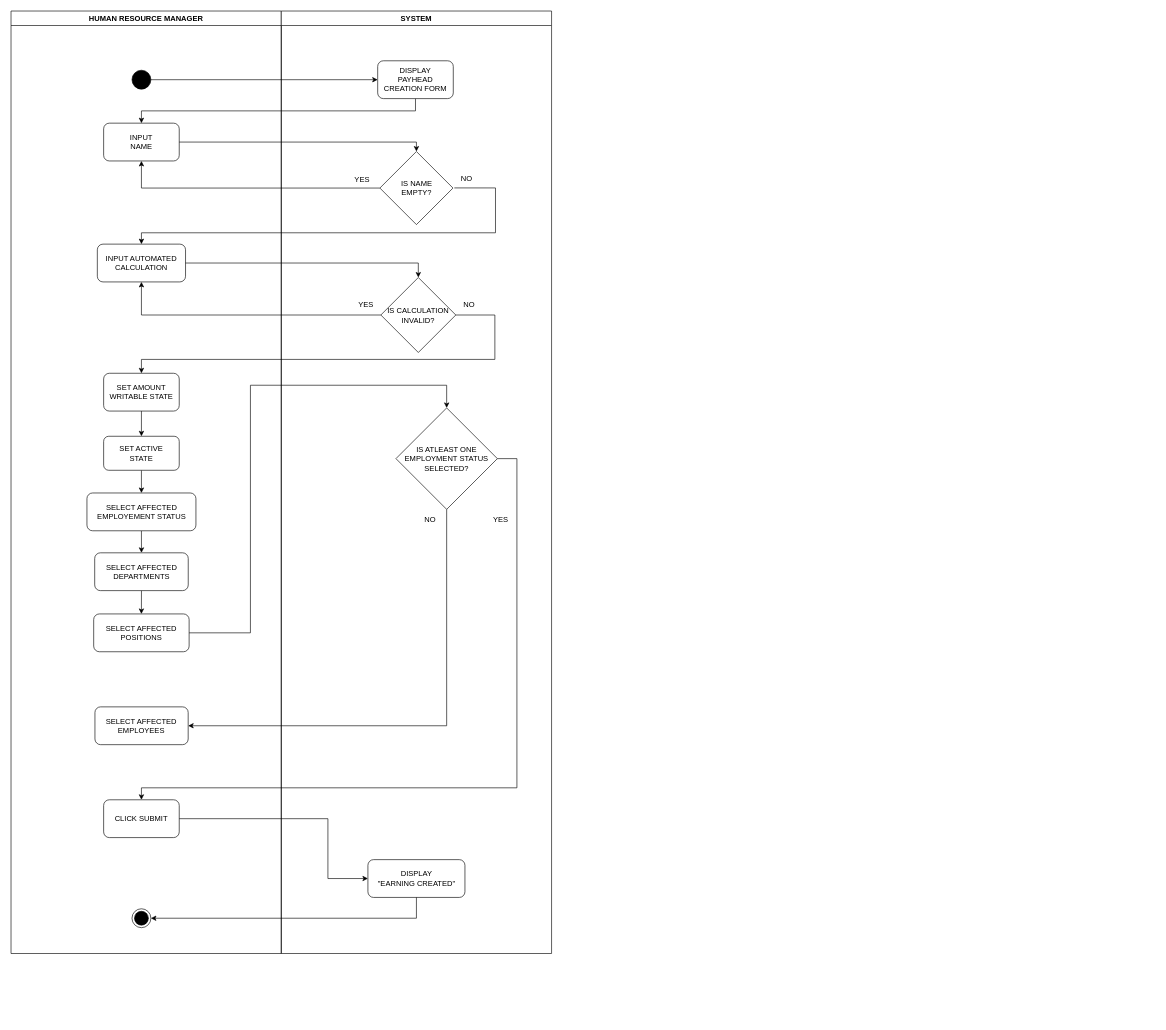
Earlier version of the draw.io diagram drawio/admin/payroll/earnings & deduction/create.drawio (hdhris/hd-hris). Source tidied: cells renumbered, new cells numbered last; positions are measured from the earlier drawing's top-left corner, leaving out a move shared by most shapes. Both pictures are drawn from the tidied source at 63%, with x=0, y=0 at pixel (11, 11).
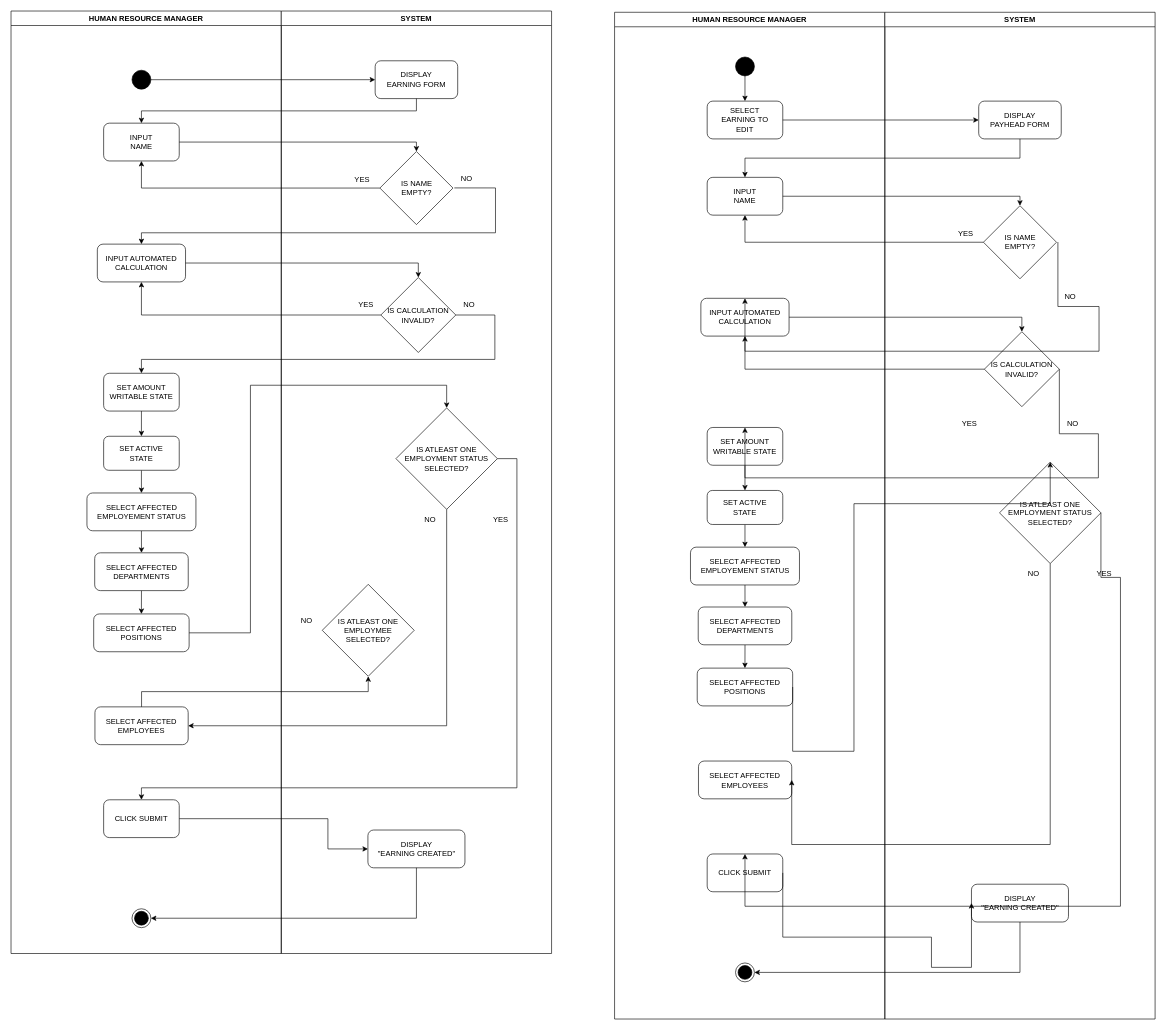
Above is the later version.

Commit message (it also covers changes not shown here):
nizam the great

Unchanged cells that the change refers to:
```xml
<mxCell id="16" value="SELECT AFFECTED EMPLOYEES" style="rounded=1;whiteSpace=wrap;html=1;" parent="2" vertex="1">
  <mxGeometry x="133.2" y="1104.5" width="148" height="60" as="geometry" />
</mxCell>
<mxCell id="17" value="CLICK SUBMIT" style="rounded=1;whiteSpace=wrap;html=1;" parent="2" vertex="1">
  <mxGeometry x="147" y="1252" width="120" height="60" as="geometry" />
</mxCell>
<mxCell id="18" value="SYSTEM" style="swimlane;whiteSpace=wrap;html=1;" parent="1" vertex="1">
  <mxGeometry x="429" width="429" height="1496" as="geometry" />
</mxCell>
```

What changed in the source:
```diff
@@
     <mxCell id="23" value="DISPLAY&lt;br&gt;&quot;EARNING CREATED&quot;" style="rounded=1;whiteSpace=wrap;html=1;" parent="18" vertex="1">
-      <mxGeometry x="137.5" y="1347" width="154" height="60" as="geometry" />
+      <mxGeometry x="137.5" y="1300" width="154" height="60" as="geometry" />
     </mxCell>
@@
+    <mxCell id="27" value="DISPLAY&lt;br&gt;EARNING&amp;nbsp;FORM" style="rounded=1;whiteSpace=wrap;html=1;" parent="18" vertex="1">
+      <mxGeometry x="149" y="79" width="131" height="60" as="geometry" />
+    </mxCell>
+    <mxCell id="43" value="IS ATLEAST ONE&lt;br&gt;EMPLOYMEE&lt;br&gt;SELECTED?" style="rhombus;whiteSpace=wrap;html=1;" parent="18" vertex="1">
+      <mxGeometry x="65" y="910" width="146" height="146" as="geometry" />
+    </mxCell>
@@
-    <mxCell id="27" value="DISPLAY&lt;br&gt;PAYHEAD&lt;br&gt;CREATION FORM" style="rounded=1;whiteSpace=wrap;html=1;" parent="1" vertex="1">
-      <mxGeometry x="582" y="79" width="120" height="60" as="geometry" />
-    </mxCell>
@@
     <mxCell id="39" style="edgeStyle=orthogonalEdgeStyle;rounded=0;html=1;exitX=1;exitY=0.5;exitDx=0;exitDy=0;entryX=0;entryY=0.5;entryDx=0;entryDy=0;" parent="1" edge="1" source="17" target="23">
       <mxGeometry relative="1" as="geometry">
         <Array as="points">
           <mxPoint x="503" y="1282" />
-          <mxPoint x="503" y="1377" />
+          <mxPoint x="503" y="1330" />
         </Array>
       </mxGeometry>
     </mxCell>
@@
+    <mxCell id="44" value="HUMAN RESOURCE MANAGER" style="swimlane;whiteSpace=wrap;html=1;" parent="1" vertex="1">
+      <mxGeometry x="958" y="2" width="429" height="1598" as="geometry" />
+    </mxCell>
+    <mxCell id="45" style="ellipse;fillColor=strokeColor;" parent="44" vertex="1">
+      <mxGeometry x="192" y="71" width="30" height="30" as="geometry" />
+    </mxCell>
+    <mxCell id="46" style="ellipse;html=1;shape=endState;fillColor=strokeColor;" parent="44" vertex="1">
+      <mxGeometry x="192" y="1509" width="30" height="30" as="geometry" />
+    </mxCell>
+    <mxCell id="47" value="INPUT&lt;br&gt;NAME" style="rounded=1;whiteSpace=wrap;html=1;" parent="44" vertex="1">
+      <mxGeometry x="147" y="262" width="120" height="60" as="geometry" />
+    </mxCell>
+    <mxCell id="48" value="INPUT AUTOMATED&lt;br&gt;CALCULATION" style="rounded=1;whiteSpace=wrap;html=1;" parent="44" vertex="1">
+      <mxGeometry x="137" y="454" width="140" height="60" as="geometry" />
+    </mxCell>
+    <mxCell id="49" style="edgeStyle=none;html=1;exitX=0.5;exitY=1;exitDx=0;exitDy=0;" parent="44" edge="1" source="50" target="52">
+      <mxGeometry relative="1" as="geometry" />
+    </mxCell>
+    <mxCell id="50" value="SET AMOUNT&lt;br&gt;WRITABLE STATE" style="rounded=1;whiteSpace=wrap;html=1;" parent="44" vertex="1">
+      <mxGeometry x="147" y="659" width="120" height="60" as="geometry" />
+    </mxCell>
+    <mxCell id="51" style="edgeStyle=none;html=1;exitX=0.5;exitY=1;exitDx=0;exitDy=0;entryX=0.5;entryY=0;entryDx=0;entryDy=0;" parent="44" edge="1" source="52" target="54">
+      <mxGeometry relative="1" as="geometry" />
+    </mxCell>
+    <mxCell id="52" value="SET ACTIVE&lt;br&gt;STATE" style="rounded=1;whiteSpace=wrap;html=1;" parent="44" vertex="1">
+      <mxGeometry x="147" y="759" width="120" height="54" as="geometry" />
+    </mxCell>
+    <mxCell id="53" style="edgeStyle=none;html=1;exitX=0.5;exitY=1;exitDx=0;exitDy=0;entryX=0.5;entryY=0;entryDx=0;entryDy=0;" parent="44" edge="1" source="54" target="56">
+      <mxGeometry relative="1" as="geometry" />
+    </mxCell>
+    <mxCell id="54" value="SELECT AFFECTED&lt;br&gt;EMPLOYEMENT STATUS" style="rounded=1;whiteSpace=wrap;html=1;" parent="44" vertex="1">
+      <mxGeometry x="120.5" y="849" width="173" height="60" as="geometry" />
+    </mxCell>
+    <mxCell id="55" style="edgeStyle=none;html=1;exitX=0.5;exitY=1;exitDx=0;exitDy=0;entryX=0.5;entryY=0;entryDx=0;entryDy=0;" parent="44" edge="1" source="56" target="57">
+      <mxGeometry relative="1" as="geometry" />
+    </mxCell>
+    <mxCell id="56" value="SELECT AFFECTED&lt;br&gt;DEPARTMENTS" style="rounded=1;whiteSpace=wrap;html=1;" parent="44" vertex="1">
+      <mxGeometry x="132.8" y="944" width="148.5" height="60" as="geometry" />
+    </mxCell>
+    <mxCell id="57" value="SELECT AFFECTED&lt;br&gt;POSITIONS" style="rounded=1;whiteSpace=wrap;html=1;" parent="44" vertex="1">
+      <mxGeometry x="131.2" y="1041" width="151.5" height="60" as="geometry" />
+    </mxCell>
+    <mxCell id="58" value="SELECT AFFECTED EMPLOYEES" style="rounded=1;whiteSpace=wrap;html=1;" parent="44" vertex="1">
+      <mxGeometry x="133.2" y="1188.5" width="148" height="60" as="geometry" />
+    </mxCell>
+    <mxCell id="59" value="CLICK SUBMIT" style="rounded=1;whiteSpace=wrap;html=1;" parent="44" vertex="1">
+      <mxGeometry x="147" y="1336" width="120" height="60" as="geometry" />
+    </mxCell>
+    <mxCell id="60" value="SELECT&lt;br&gt;EARNING TO&lt;br&gt;EDIT" style="rounded=1;whiteSpace=wrap;html=1;" parent="44" vertex="1">
+      <mxGeometry x="147" y="141" width="120" height="60" as="geometry" />
+    </mxCell>
+    <mxCell id="61" style="edgeStyle=orthogonalEdgeStyle;html=1;exitX=0.5;exitY=1;exitDx=0;exitDy=0;entryX=0.5;entryY=0;entryDx=0;entryDy=0;rounded=0;" parent="44" edge="1" source="45" target="60">
+      <mxGeometry relative="1" as="geometry" />
+    </mxCell>
+    <mxCell id="62" value="SYSTEM" style="swimlane;whiteSpace=wrap;html=1;" parent="1" vertex="1">
+      <mxGeometry x="1387" y="2" width="429" height="1598" as="geometry" />
+    </mxCell>
+    <mxCell id="63" value="IS NAME&lt;br&gt;EMPTY?" style="rhombus;whiteSpace=wrap;html=1;" parent="62" vertex="1">
+      <mxGeometry x="156.5" y="307" width="116" height="116" as="geometry" />
+    </mxCell>
+    <mxCell id="64" value="YES" style="text;html=1;align=center;verticalAlign=middle;strokeColor=none;fillColor=none;" parent="62" vertex="1">
+      <mxGeometry x="107" y="339" width="42" height="26" as="geometry" />
+    </mxCell>
+    <mxCell id="65" value="IS CALCULATION&lt;br&gt;INVALID?" style="rhombus;whiteSpace=wrap;html=1;" parent="62" vertex="1">
+      <mxGeometry x="158" y="507" width="119" height="119" as="geometry" />
+    </mxCell>
+    <mxCell id="66" value="IS ATLEAST ONE&lt;br&gt;EMPLOYMENT STATUS&lt;br&gt;SELECTED?" style="rhombus;whiteSpace=wrap;html=1;" parent="62" vertex="1">
+      <mxGeometry x="182" y="714" width="161" height="161" as="geometry" />
+    </mxCell>
+    <mxCell id="67" value="DISPLAY&lt;br&gt;&quot;EARNING CREATED&quot;" style="rounded=1;whiteSpace=wrap;html=1;" parent="62" vertex="1">
+      <mxGeometry x="137.5" y="1384" width="154" height="60" as="geometry" />
+    </mxCell>
+    <mxCell id="68" value="YES" style="text;html=1;align=center;verticalAlign=middle;strokeColor=none;fillColor=none;" parent="62" vertex="1">
+      <mxGeometry x="327" y="879" width="42" height="26" as="geometry" />
+    </mxCell>
+    <mxCell id="69" value="NO" style="text;html=1;align=center;verticalAlign=middle;strokeColor=none;fillColor=none;" parent="62" vertex="1">
+      <mxGeometry x="218" y="879" width="36" height="26" as="geometry" />
+    </mxCell>
+    <mxCell id="70" value="DISPLAY&lt;br&gt;PAYHEAD&amp;nbsp;FORM" style="rounded=1;whiteSpace=wrap;html=1;" parent="62" vertex="1">
+      <mxGeometry x="149" y="141" width="131" height="60" as="geometry" />
+    </mxCell>
+    <mxCell id="71" style="edgeStyle=orthogonalEdgeStyle;html=1;exitX=0.5;exitY=1;exitDx=0;exitDy=0;entryX=0.5;entryY=0;entryDx=0;entryDy=0;rounded=0;" parent="1" edge="1" source="70" target="47">
+      <mxGeometry relative="1" as="geometry" />
+    </mxCell>
+    <mxCell id="72" style="edgeStyle=orthogonalEdgeStyle;rounded=0;html=1;exitX=1;exitY=0.5;exitDx=0;exitDy=0;entryX=0.5;entryY=0;entryDx=0;entryDy=0;" parent="1" edge="1" source="47" target="63">
+      <mxGeometry relative="1" as="geometry" />
+    </mxCell>
+    <mxCell id="73" style="edgeStyle=orthogonalEdgeStyle;rounded=0;html=1;exitX=0;exitY=0.5;exitDx=0;exitDy=0;entryX=0.5;entryY=1;entryDx=0;entryDy=0;" parent="1" edge="1" source="63" target="47">
+      <mxGeometry relative="1" as="geometry" />
+    </mxCell>
+    <mxCell id="74" style="edgeStyle=orthogonalEdgeStyle;rounded=0;html=1;exitX=1;exitY=0.5;exitDx=0;exitDy=0;entryX=0.5;entryY=0;entryDx=0;entryDy=0;" parent="1" edge="1" source="48" target="65">
+      <mxGeometry relative="1" as="geometry" />
+    </mxCell>
+    <mxCell id="75" style="edgeStyle=orthogonalEdgeStyle;rounded=0;html=1;entryX=0.5;entryY=0;entryDx=0;entryDy=0;exitX=1.019;exitY=0.498;exitDx=0;exitDy=0;exitPerimeter=0;" parent="1" edge="1" source="63" target="48">
+      <mxGeometry relative="1" as="geometry">
+        <Array as="points">
+          <mxPoint x="1727" y="469" />
+          <mxPoint x="1727" y="540" />
+          <mxPoint x="1165" y="540" />
+        </Array>
+      </mxGeometry>
+    </mxCell>
+    <mxCell id="76" value="NO" style="text;html=1;align=center;verticalAlign=middle;strokeColor=none;fillColor=none;" parent="1" vertex="1">
+      <mxGeometry x="1663" y="441" width="36" height="26" as="geometry" />
+    </mxCell>
+    <mxCell id="77" style="edgeStyle=orthogonalEdgeStyle;rounded=0;html=1;exitX=0;exitY=0.5;exitDx=0;exitDy=0;entryX=0.5;entryY=1;entryDx=0;entryDy=0;" parent="1" edge="1" source="65" target="48">
+      <mxGeometry relative="1" as="geometry" />
+    </mxCell>
+    <mxCell id="78" value="YES" style="text;html=1;align=center;verticalAlign=middle;strokeColor=none;fillColor=none;" parent="1" vertex="1">
+      <mxGeometry x="1500" y="642" width="42" height="26" as="geometry" />
+    </mxCell>
+    <mxCell id="79" style="edgeStyle=orthogonalEdgeStyle;rounded=0;html=1;exitX=1;exitY=0.5;exitDx=0;exitDy=0;entryX=0.5;entryY=0;entryDx=0;entryDy=0;" parent="1" edge="1" source="65" target="50">
+      <mxGeometry relative="1" as="geometry">
+        <Array as="points">
+          <mxPoint x="1726" y="671" />
+          <mxPoint x="1726" y="741" />
+          <mxPoint x="1165" y="741" />
+        </Array>
+      </mxGeometry>
+    </mxCell>
+    <mxCell id="80" value="NO" style="text;html=1;align=center;verticalAlign=middle;strokeColor=none;fillColor=none;" parent="1" vertex="1">
+      <mxGeometry x="1667" y="642" width="36" height="26" as="geometry" />
+    </mxCell>
+    <mxCell id="81" style="edgeStyle=orthogonalEdgeStyle;html=1;exitX=0.5;exitY=1;exitDx=0;exitDy=0;entryX=1;entryY=0.5;entryDx=0;entryDy=0;rounded=0;" parent="1" edge="1" source="66" target="58">
+      <mxGeometry relative="1" as="geometry">
+        <Array as="points">
+          <mxPoint x="1650" y="1323" />
+        </Array>
+      </mxGeometry>
+    </mxCell>
+    <mxCell id="82" style="edgeStyle=orthogonalEdgeStyle;rounded=0;html=1;exitX=1;exitY=0.5;exitDx=0;exitDy=0;entryX=0;entryY=0.5;entryDx=0;entryDy=0;" parent="1" edge="1" source="59" target="67">
+      <mxGeometry relative="1" as="geometry">
+        <Array as="points">
+          <mxPoint x="1461" y="1470" />
+          <mxPoint x="1461" y="1518" />
+        </Array>
+      </mxGeometry>
+    </mxCell>
+    <mxCell id="83" style="edgeStyle=orthogonalEdgeStyle;rounded=0;html=1;exitX=0.5;exitY=1;exitDx=0;exitDy=0;entryX=1;entryY=0.5;entryDx=0;entryDy=0;" parent="1" edge="1" source="67" target="46">
+      <mxGeometry relative="1" as="geometry" />
+    </mxCell>
+    <mxCell id="84" style="edgeStyle=orthogonalEdgeStyle;html=1;exitX=1;exitY=0.5;exitDx=0;exitDy=0;entryX=0.5;entryY=0;entryDx=0;entryDy=0;rounded=0;" parent="1" edge="1" source="57" target="66">
+      <mxGeometry relative="1" as="geometry">
+        <Array as="points">
+          <mxPoint x="1338" y="1175" />
+          <mxPoint x="1338" y="782" />
+          <mxPoint x="1649" y="782" />
+        </Array>
+      </mxGeometry>
+    </mxCell>
+    <mxCell id="85" style="edgeStyle=orthogonalEdgeStyle;rounded=0;html=1;exitX=1;exitY=0.5;exitDx=0;exitDy=0;entryX=0.5;entryY=0;entryDx=0;entryDy=0;" parent="1" edge="1" source="66" target="59">
+      <mxGeometry relative="1" as="geometry">
+        <Array as="points">
+          <mxPoint x="1761" y="899" />
+          <mxPoint x="1761" y="1421" />
+          <mxPoint x="1165" y="1421" />
+        </Array>
+      </mxGeometry>
+    </mxCell>
+    <mxCell id="86" style="edgeStyle=orthogonalEdgeStyle;rounded=0;html=1;exitX=1;exitY=0.5;exitDx=0;exitDy=0;entryX=0;entryY=0.5;entryDx=0;entryDy=0;" parent="1" edge="1" source="60" target="70">
+      <mxGeometry relative="1" as="geometry" />
+    </mxCell>
+    <mxCell id="87" style="edgeStyle=orthogonalEdgeStyle;rounded=0;html=1;exitX=0.5;exitY=0;exitDx=0;exitDy=0;entryX=0.5;entryY=1;entryDx=0;entryDy=0;" parent="1" edge="1" source="16" target="43">
+      <mxGeometry relative="1" as="geometry" />
+    </mxCell>
+    <mxCell id="88" value="NO" style="text;html=1;align=center;verticalAlign=middle;strokeColor=none;fillColor=none;" parent="1" vertex="1">
+      <mxGeometry x="451" y="955" width="36" height="26" as="geometry" />
+    </mxCell>
```
